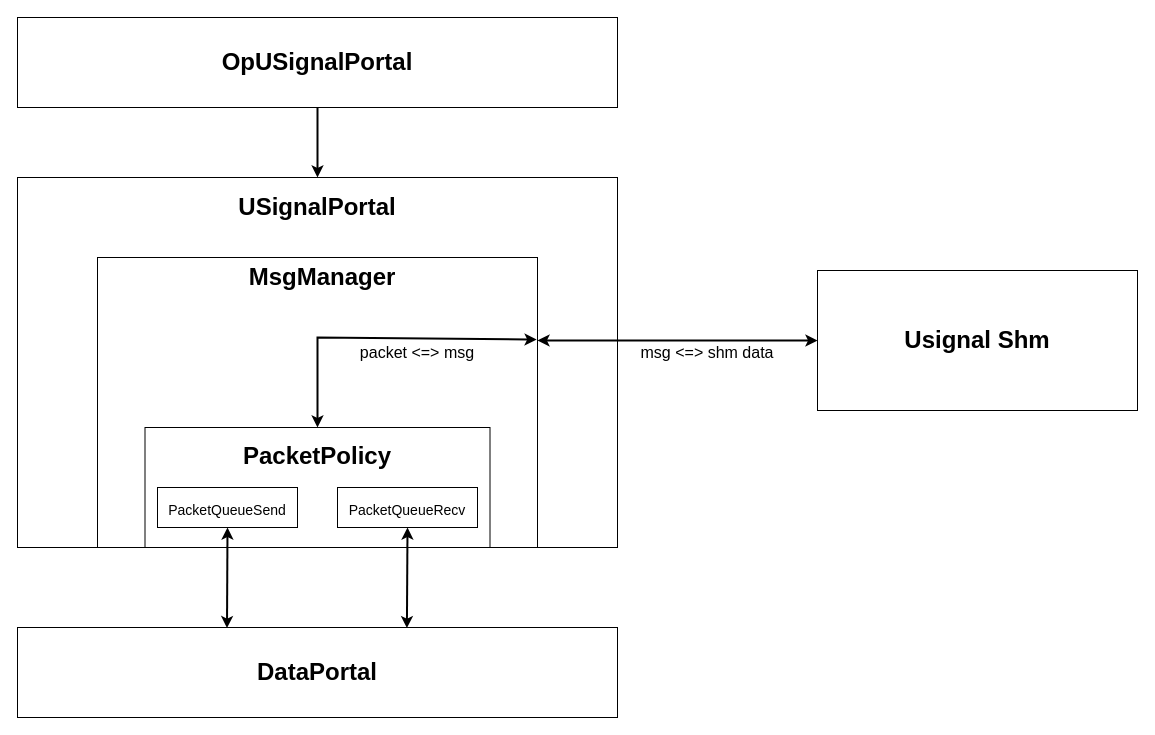
Earlier version of the draw.io diagram usignal.drawio (rullox/homework). Source tidied: cells renumbered, new cells numbered last; positions are measured from the earlier drawing's top-left corner, leaving out a move shared by most shapes. Both pictures are drawn from the tidied source at 100%, with x=0, y=0 at pixel (17, 17).
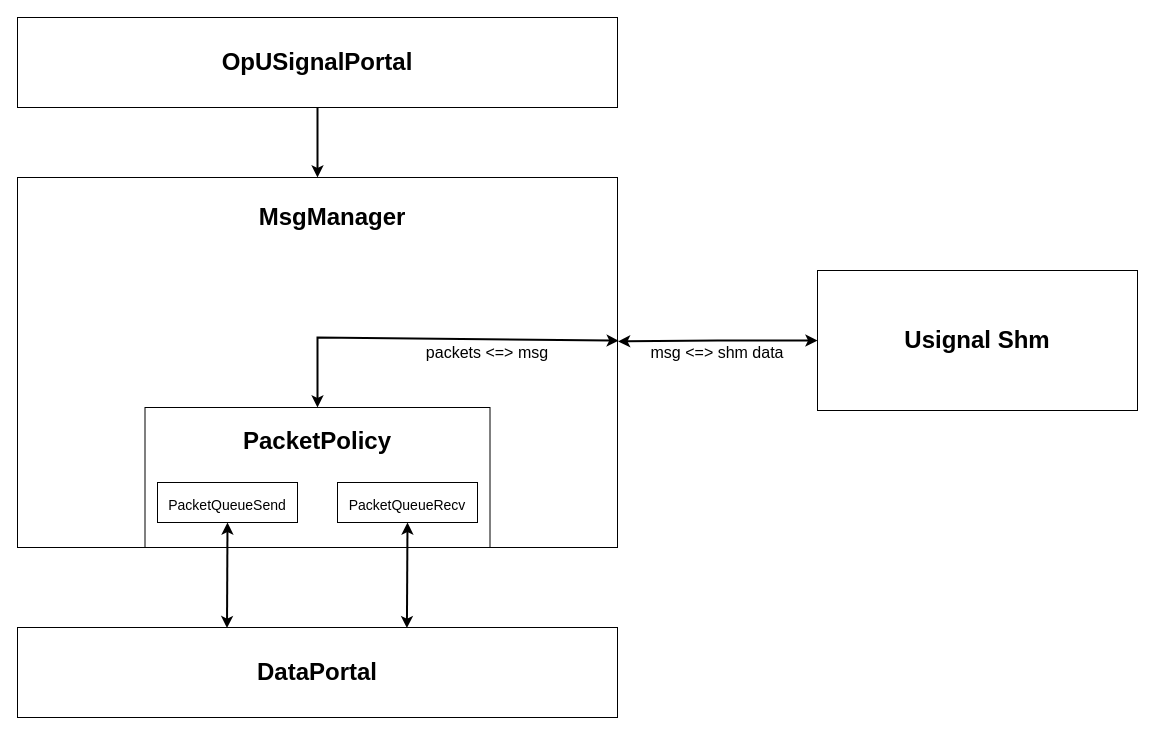
The same page after the edit.

Unchanged cells that the change refers to:
```xml
<mxCell id="4" style="rounded=0;whiteSpace=wrap;html=1;fontSize=18;" parent="1" vertex="1">
  <mxGeometry y="160" width="600" height="370" as="geometry" />
</mxCell>
<mxCell id="16" value="&lt;b&gt;Usignal Shm&lt;/b&gt;" style="rounded=0;whiteSpace=wrap;html=1;fontFamily=Helvetica;fontSize=24;" parent="1" vertex="1">
  <mxGeometry x="800" y="253" width="320" height="140" as="geometry" />
</mxCell>
```

The edit, as a diff of the source:
```diff
@@
-    <mxCell id="5" value="&lt;h1&gt;&lt;font style=&quot;font-size: 24px;&quot;&gt;USignalPortal&lt;/font&gt;&lt;/h1&gt;" style="text;html=1;strokeColor=none;fillColor=none;spacing=5;spacingTop=-20;whiteSpace=wrap;overflow=hidden;rounded=0;fontSize=18;align=center;" parent="1" vertex="1">
-      <mxGeometry x="210" y="150" width="180" height="60" as="geometry" />
-    </mxCell>
-    <mxCell id="6" style="rounded=0;whiteSpace=wrap;html=1;fontSize=24;" parent="1" vertex="1">
-      <mxGeometry x="80" y="240" width="440" height="290" as="geometry" />
-    </mxCell>
@@
     <mxCell id="8" value="&lt;h1&gt;&lt;font style=&quot;font-size: 24px;&quot;&gt;MsgManager&lt;/font&gt;&lt;/h1&gt;" style="text;html=1;strokeColor=none;fillColor=none;spacing=5;spacingTop=-20;whiteSpace=wrap;overflow=hidden;rounded=0;fontSize=18;align=center;" parent="1" vertex="1">
-      <mxGeometry x="210" y="220" width="190" height="65" as="geometry" />
+      <mxGeometry x="220" y="160" width="190" height="65" as="geometry" />
     </mxCell>
     <mxCell id="9" style="rounded=0;whiteSpace=wrap;html=1;fontSize=24;" parent="1" vertex="1">
-      <mxGeometry x="127.5" y="410" width="345" height="120" as="geometry" />
+      <mxGeometry x="127.5" y="390" width="345" height="140" as="geometry" />
     </mxCell>
     <mxCell id="10" value="&lt;h1&gt;&lt;font style=&quot;font-size: 24px;&quot;&gt;PacketPolicy&lt;/font&gt;&lt;/h1&gt;" style="text;html=1;strokeColor=none;fillColor=none;spacing=5;spacingTop=-20;whiteSpace=wrap;overflow=hidden;rounded=0;fontSize=24;align=center;" parent="1" vertex="1">
-      <mxGeometry x="205" y="380" width="190" height="80" as="geometry" />
+      <mxGeometry x="205" y="365" width="190" height="80" as="geometry" />
     </mxCell>
     <mxCell id="11" value="&lt;span style=&quot;font-size: 14px;&quot;&gt;PacketQueueSend&lt;/span&gt;" style="rounded=0;whiteSpace=wrap;html=1;fontSize=24;align=center;" parent="1" vertex="1">
-      <mxGeometry x="140" y="470" width="140" height="40" as="geometry" />
+      <mxGeometry x="140" y="465" width="140" height="40" as="geometry" />
     </mxCell>
     <mxCell id="12" value="&lt;font style=&quot;font-size: 14px;&quot;&gt;PacketQueueRecv&lt;/font&gt;" style="rounded=0;whiteSpace=wrap;html=1;fontSize=24;align=center;" parent="1" vertex="1">
-      <mxGeometry x="320" y="470" width="140" height="40" as="geometry" />
+      <mxGeometry x="320" y="465" width="140" height="40" as="geometry" />
     </mxCell>
@@
-    <mxCell id="14" style="endArrow=classic;startArrow=classic;html=1;rounded=0;fontFamily=Helvetica;fontSize=24;exitX=0.649;exitY=0.007;exitDx=0;exitDy=0;exitPerimeter=0;strokeWidth=2;" parent="1" edge="1">
+    <mxCell id="14" style="endArrow=classic;startArrow=classic;html=1;rounded=0;fontFamily=Helvetica;fontSize=24;exitX=0.649;exitY=0.007;exitDx=0;exitDy=0;exitPerimeter=0;strokeWidth=2;entryX=0.5;entryY=1;entryDx=0;entryDy=0;" parent="1" edge="1" target="11">
       <mxGeometry relative="1" as="geometry">
         <mxPoint x="209.5" y="610.6" as="sourcePoint" />
-        <mxPoint x="210" y="510" as="targetPoint" />
       </mxGeometry>
     </mxCell>
-    <mxCell id="15" style="edgeStyle=orthogonalEdgeStyle;rounded=0;jettySize=auto;html=1;exitX=0;exitY=0.5;exitDx=0;exitDy=0;fontFamily=Helvetica;fontSize=24;strokeWidth=2;startArrow=classic;startFill=1;" parent="1" edge="1" source="16">
-      <mxGeometry relative="1" as="geometry">
-        <mxPoint x="520" y="323" as="targetPoint" />
-      </mxGeometry>
+    <mxCell id="15" style="edgeStyle=orthogonalEdgeStyle;rounded=0;jettySize=auto;html=1;exitX=0;exitY=0.5;exitDx=0;exitDy=0;fontFamily=Helvetica;fontSize=24;strokeWidth=2;startArrow=classic;startFill=1;entryX=1.001;entryY=0.443;entryDx=0;entryDy=0;entryPerimeter=0;" parent="1" edge="1" source="16" target="4">
+      <mxGeometry relative="1" as="geometry" />
     </mxCell>
@@
-    <mxCell id="18" style="endArrow=classic;startArrow=classic;html=1;rounded=0;fontFamily=Helvetica;fontSize=24;strokeWidth=2;entryX=0.998;entryY=0.283;entryDx=0;entryDy=0;exitX=0.5;exitY=0;exitDx=0;exitDy=0;entryPerimeter=0;" parent="1" edge="1" source="9" target="6">
+    <mxCell id="18" style="endArrow=classic;startArrow=classic;html=1;rounded=0;fontFamily=Helvetica;fontSize=24;strokeWidth=2;entryX=1.002;entryY=0.441;entryDx=0;entryDy=0;exitX=0.5;exitY=0;exitDx=0;exitDy=0;entryPerimeter=0;" parent="1" edge="1" source="9" target="4">
       <mxGeometry relative="1" as="geometry">
         <Array as="points">
           <mxPoint x="300" y="320" />
         </Array>
       </mxGeometry>
     </mxCell>
     <mxCell id="19" value="&lt;font style=&quot;font-size: 16px;&quot;&gt;msg &amp;lt;=&amp;gt; shm data&lt;/font&gt;" style="text;html=1;strokeColor=none;fillColor=none;align=center;verticalAlign=middle;whiteSpace=wrap;rounded=0;fontFamily=Helvetica;fontSize=1;" parent="1" vertex="1">
-      <mxGeometry x="600" y="320" width="180" height="30" as="geometry" />
+      <mxGeometry x="610" y="320" width="180" height="30" as="geometry" />
     </mxCell>
-    <mxCell id="20" value="&lt;font style=&quot;font-size: 16px;&quot;&gt;packet &amp;lt;=&amp;gt; msg&lt;/font&gt;" style="text;html=1;strokeColor=none;fillColor=none;align=center;verticalAlign=middle;whiteSpace=wrap;rounded=0;fontFamily=Helvetica;fontSize=1;" parent="1" vertex="1">
-      <mxGeometry x="310" y="320" width="180" height="30" as="geometry" />
+    <mxCell id="20" value="&lt;font style=&quot;font-size: 16px;&quot;&gt;packets &amp;lt;=&amp;gt; msg&lt;/font&gt;" style="text;html=1;strokeColor=none;fillColor=none;align=center;verticalAlign=middle;whiteSpace=wrap;rounded=0;fontFamily=Helvetica;fontSize=1;" parent="1" vertex="1">
+      <mxGeometry x="380" y="320" width="180" height="30" as="geometry" />
     </mxCell>
```
